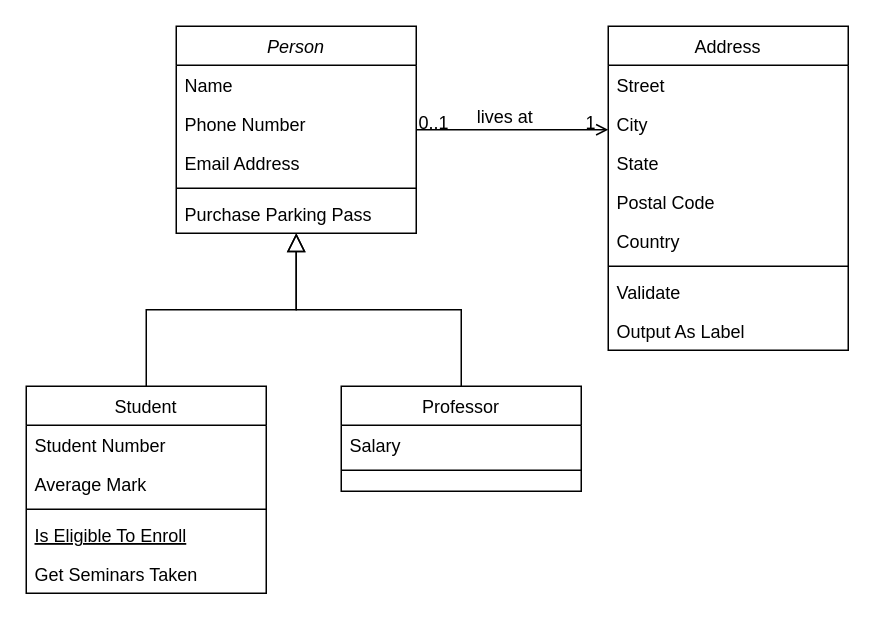
Before: 제목 없는 다이어그램.drawio in EthanLee-dublin/ToTheMars, a draw.io diagram. Source tidied: cells renumbered, new cells numbered last; positions are measured from the earlier drawing's top-left corner, leaving out a move shared by most shapes. Both pictures are drawn from the tidied source at 150%, with x=0, y=0 at pixel (26, 26).
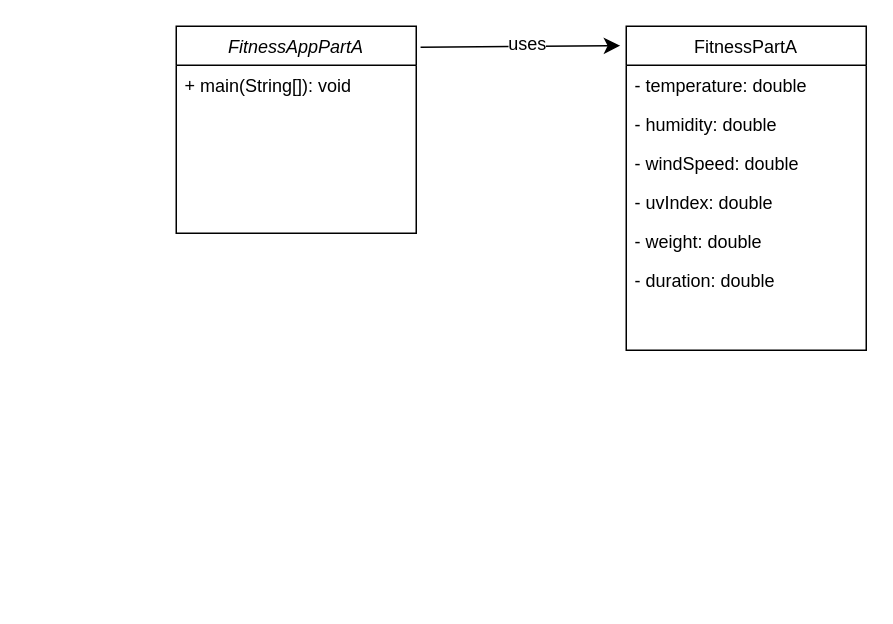
Above is the later version.

Commit message:
제목 없는 다이어그램.drawio 업데이트

The edit, as a diff of the source:
```diff
@@
-    <mxCell id="2" value="Person" style="swimlane;fontStyle=2;align=center;verticalAlign=top;horizontal=1;startSize=26;rounded=0;shadow=0;strokeWidth=1;" parent="1" vertex="1">
+    <mxCell id="2" value="FitnessAppPartA" style="swimlane;fontStyle=2;align=center;verticalAlign=top;horizontal=1;startSize=26;rounded=0;shadow=0;strokeWidth=1;labelBackgroundColor=none;" parent="1" vertex="1">
       <mxGeometry x="100" width="160" height="138" as="geometry" />
     </mxCell>
-    <mxCell id="3" value="Name" style="text;align=left;verticalAlign=top;spacingLeft=4;spacingRight=4;overflow=hidden;" parent="2" vertex="1">
+    <mxCell id="3" value="+ main(String[]): void" style="text;align=left;verticalAlign=top;spacingLeft=4;spacingRight=4;overflow=hidden;labelBackgroundColor=none;" parent="2" vertex="1">
       <mxGeometry y="26" width="160" height="26" as="geometry" />
     </mxCell>
-    <mxCell id="4" value="Phone Number" style="text;align=left;verticalAlign=top;spacingLeft=4;spacingRight=4;overflow=hidden;rounded=0;shadow=0;html=0;" parent="2" vertex="1">
-      <mxGeometry y="52" width="160" height="26" as="geometry" />
-    </mxCell>
-    <mxCell id="5" value="Email Address" style="text;align=left;verticalAlign=top;spacingLeft=4;spacingRight=4;overflow=hidden;rounded=0;shadow=0;html=0;" parent="2" vertex="1">
-      <mxGeometry y="78" width="160" height="26" as="geometry" />
-    </mxCell>
-    <mxCell id="6" style="line;html=1;strokeWidth=1;align=left;verticalAlign=middle;spacingTop=-1;spacingLeft=3;spacingRight=3;labelPosition=right;" parent="2" vertex="1">
-      <mxGeometry y="104" width="160" height="8" as="geometry" />
-    </mxCell>
-    <mxCell id="7" value="Purchase Parking Pass" style="text;align=left;verticalAlign=top;spacingLeft=4;spacingRight=4;overflow=hidden;" parent="2" vertex="1">
-      <mxGeometry y="112" width="160" height="26" as="geometry" />
-    </mxCell>
-    <mxCell id="8" value="Student" style="swimlane;fontStyle=0;align=center;verticalAlign=top;horizontal=1;startSize=26;rounded=0;shadow=0;strokeWidth=1;" parent="1" vertex="1">
-      <mxGeometry y="240" width="160" height="138" as="geometry" />
-    </mxCell>
-    <mxCell id="9" value="Student Number" style="text;align=left;verticalAlign=top;spacingLeft=4;spacingRight=4;overflow=hidden;" parent="8" vertex="1">
-      <mxGeometry y="26" width="160" height="26" as="geometry" />
-    </mxCell>
-    <mxCell id="10" value="Average Mark" style="text;align=left;verticalAlign=top;spacingLeft=4;spacingRight=4;overflow=hidden;rounded=0;shadow=0;html=0;" parent="8" vertex="1">
-      <mxGeometry y="52" width="160" height="26" as="geometry" />
-    </mxCell>
-    <mxCell id="11" style="line;html=1;strokeWidth=1;align=left;verticalAlign=middle;spacingTop=-1;spacingLeft=3;spacingRight=3;labelPosition=right;" parent="8" vertex="1">
-      <mxGeometry y="78" width="160" height="8" as="geometry" />
-    </mxCell>
-    <mxCell id="12" value="Is Eligible To Enroll" style="text;align=left;verticalAlign=top;spacingLeft=4;spacingRight=4;overflow=hidden;fontStyle=4;" parent="8" vertex="1">
-      <mxGeometry y="86" width="160" height="26" as="geometry" />
-    </mxCell>
-    <mxCell id="13" value="Get Seminars Taken" style="text;align=left;verticalAlign=top;spacingLeft=4;spacingRight=4;overflow=hidden;" parent="8" vertex="1">
-      <mxGeometry y="112" width="160" height="26" as="geometry" />
-    </mxCell>
-    <mxCell id="14" style="endArrow=block;endSize=10;endFill=0;shadow=0;strokeWidth=1;rounded=0;curved=0;edgeStyle=elbowEdgeStyle;elbow=vertical;" parent="1" edge="1" source="8" target="2">
-      <mxGeometry relative="1" as="geometry" />
-    </mxCell>
-    <mxCell id="15" value="Professor" style="swimlane;fontStyle=0;align=center;verticalAlign=top;horizontal=1;startSize=26;rounded=0;shadow=0;strokeWidth=1;" parent="1" vertex="1">
-      <mxGeometry x="210" y="240" width="160" height="70" as="geometry" />
-    </mxCell>
-    <mxCell id="16" value="Salary" style="text;align=left;verticalAlign=top;spacingLeft=4;spacingRight=4;overflow=hidden;" parent="15" vertex="1">
-      <mxGeometry y="26" width="160" height="26" as="geometry" />
-    </mxCell>
-    <mxCell id="17" style="line;html=1;strokeWidth=1;align=left;verticalAlign=middle;spacingTop=-1;spacingLeft=3;spacingRight=3;labelPosition=right;" parent="15" vertex="1">
-      <mxGeometry y="52" width="160" height="8" as="geometry" />
-    </mxCell>
-    <mxCell id="18" style="endArrow=block;endSize=10;endFill=0;shadow=0;strokeWidth=1;rounded=0;curved=0;edgeStyle=elbowEdgeStyle;elbow=vertical;" parent="1" edge="1" source="15" target="2">
-      <mxGeometry relative="1" as="geometry" />
-    </mxCell>
-    <mxCell id="19" value="Address" style="swimlane;fontStyle=0;align=center;verticalAlign=top;horizontal=1;startSize=26;rounded=0;shadow=0;strokeWidth=1;" parent="1" vertex="1">
-      <mxGeometry x="388" width="160" height="216" as="geometry" />
+    <mxCell id="19" value="FitnessPartA" style="swimlane;fontStyle=0;align=center;verticalAlign=top;horizontal=1;startSize=26;rounded=0;shadow=0;strokeWidth=1;labelBackgroundColor=none;" parent="1" vertex="1">
+      <mxGeometry x="400" width="160" height="216" as="geometry" />
     </mxCell>
-    <mxCell id="20" value="Street" style="text;align=left;verticalAlign=top;spacingLeft=4;spacingRight=4;overflow=hidden;" parent="19" vertex="1">
+    <mxCell id="20" value="- temperature: double" style="text;align=left;verticalAlign=top;spacingLeft=4;spacingRight=4;overflow=hidden;labelBackgroundColor=none;" parent="19" vertex="1">
       <mxGeometry y="26" width="160" height="26" as="geometry" />
     </mxCell>
-    <mxCell id="21" value="City" style="text;align=left;verticalAlign=top;spacingLeft=4;spacingRight=4;overflow=hidden;rounded=0;shadow=0;html=0;" parent="19" vertex="1">
+    <mxCell id="21" value="- humidity: double   " style="text;align=left;verticalAlign=top;spacingLeft=4;spacingRight=4;overflow=hidden;rounded=0;shadow=0;html=0;labelBackgroundColor=none;" parent="19" vertex="1">
       <mxGeometry y="52" width="160" height="26" as="geometry" />
     </mxCell>
-    <mxCell id="22" value="State" style="text;align=left;verticalAlign=top;spacingLeft=4;spacingRight=4;overflow=hidden;rounded=0;shadow=0;html=0;" parent="19" vertex="1">
+    <mxCell id="22" value="- windSpeed: double" style="text;align=left;verticalAlign=top;spacingLeft=4;spacingRight=4;overflow=hidden;rounded=0;shadow=0;html=0;labelBackgroundColor=none;" parent="19" vertex="1">
       <mxGeometry y="78" width="160" height="26" as="geometry" />
     </mxCell>
-    <mxCell id="23" value="Postal Code" style="text;align=left;verticalAlign=top;spacingLeft=4;spacingRight=4;overflow=hidden;rounded=0;shadow=0;html=0;" parent="19" vertex="1">
+    <mxCell id="23" value="- uvIndex: double" style="text;align=left;verticalAlign=top;spacingLeft=4;spacingRight=4;overflow=hidden;rounded=0;shadow=0;html=0;labelBackgroundColor=none;" parent="19" vertex="1">
       <mxGeometry y="104" width="160" height="26" as="geometry" />
     </mxCell>
-    <mxCell id="24" value="Country" style="text;align=left;verticalAlign=top;spacingLeft=4;spacingRight=4;overflow=hidden;rounded=0;shadow=0;html=0;" parent="19" vertex="1">
+    <mxCell id="24" value="- weight: double" style="text;align=left;verticalAlign=top;spacingLeft=4;spacingRight=4;overflow=hidden;rounded=0;shadow=0;html=0;labelBackgroundColor=none;" parent="19" vertex="1">
       <mxGeometry y="130" width="160" height="26" as="geometry" />
     </mxCell>
-    <mxCell id="25" style="line;html=1;strokeWidth=1;align=left;verticalAlign=middle;spacingTop=-1;spacingLeft=3;spacingRight=3;labelPosition=right;" parent="19" vertex="1">
-      <mxGeometry y="156" width="160" height="8" as="geometry" />
-    </mxCell>
-    <mxCell id="26" value="Validate" style="text;align=left;verticalAlign=top;spacingLeft=4;spacingRight=4;overflow=hidden;" parent="19" vertex="1">
-      <mxGeometry y="164" width="160" height="26" as="geometry" />
-    </mxCell>
-    <mxCell id="27" value="Output As Label" style="text;align=left;verticalAlign=top;spacingLeft=4;spacingRight=4;overflow=hidden;" parent="19" vertex="1">
-      <mxGeometry y="190" width="160" height="26" as="geometry" />
-    </mxCell>
+    <mxCell id="32" value="- duration: double" style="text;align=left;verticalAlign=top;spacingLeft=4;spacingRight=4;overflow=hidden;rounded=0;shadow=0;html=0;labelBackgroundColor=none;" parent="19" vertex="1">
+      <mxGeometry y="156" width="160" height="26" as="geometry" />
+    </mxCell>
-    <mxCell id="28" style="endArrow=open;shadow=0;strokeWidth=1;rounded=0;curved=0;endFill=1;edgeStyle=elbowEdgeStyle;elbow=vertical;" parent="1" edge="1" source="2" target="19">
-      <mxGeometry x="0.5" y="41" relative="1" as="geometry">
-        <mxPoint x="-40" y="32" as="offset" />
-      </mxGeometry>
+    <mxCell id="28" style="edgeStyle=none;jettySize=auto;html=1;rounded=0;fontSize=12;startSize=8;endSize=8;curved=1;entryX=-0.025;entryY=0.06;entryDx=0;entryDy=0;entryPerimeter=0;exitX=1.018;exitY=0.101;exitDx=0;exitDy=0;exitPerimeter=0;" parent="1" edge="1" source="2" target="19">
+      <mxGeometry relative="1" as="geometry" />
     </mxCell>
-    <mxCell id="29" value="0..1" style="align=left;verticalAlign=bottom;labelBackgroundColor=none;fontSize=12;" parent="28" vertex="1">
-      <mxGeometry x="-1" relative="1" as="geometry">
-        <mxPoint y="4" as="offset" />
-      </mxGeometry>
-    </mxCell>
-    <mxCell id="30" value="1" style="align=right;verticalAlign=bottom;labelBackgroundColor=none;fontSize=12;" parent="28" vertex="1">
-      <mxGeometry x="1" relative="1" as="geometry">
-        <mxPoint x="-7" y="4" as="offset" />
-      </mxGeometry>
-    </mxCell>
-    <mxCell id="31" value="lives at" style="text;html=1;align=center;verticalAlign=middle;labelBackgroundColor=none;rounded=0;shadow=0;strokeWidth=1;fontSize=12;" parent="28" vertex="1">
-      <mxGeometry x="0.5" y="49" relative="1" as="geometry">
-        <mxPoint x="-38" y="40" as="offset" />
-      </mxGeometry>
-    </mxCell>
+    <mxCell id="33" value="uses" style="edgeLabel;html=1;align=center;verticalAlign=middle;fontSize=12;" parent="28" vertex="1">
+      <mxGeometry x="0.07" y="2" relative="1" as="geometry" />
+    </mxCell>
```
